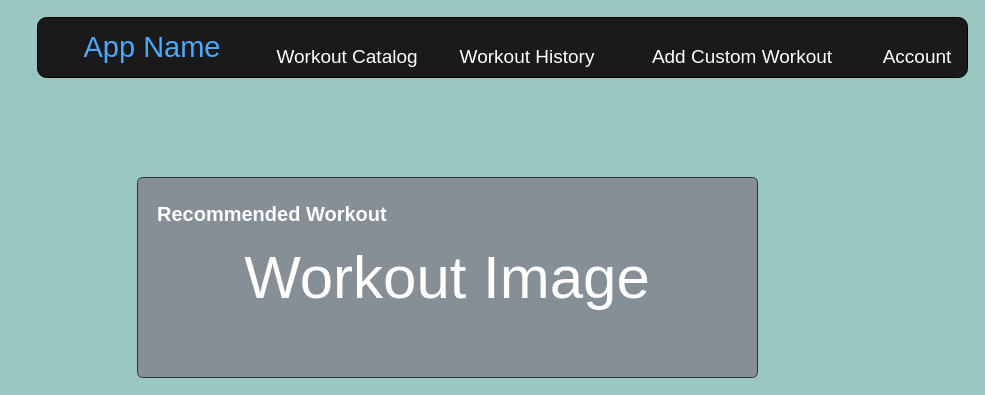
ashmiller002/codercizers keeps this draw.io diagram as page "Main" (4 of 9) of Untitled Diagram.drawio. Above is the earlier version. Source tidied: cells renumbered, new cells numbered last; positions are measured from the earlier drawing's top-left corner, leaving out a move shared by most shapes. Both pictures are drawn from the tidied source at 100%, with x=0, y=0 at pixel (17, 17).
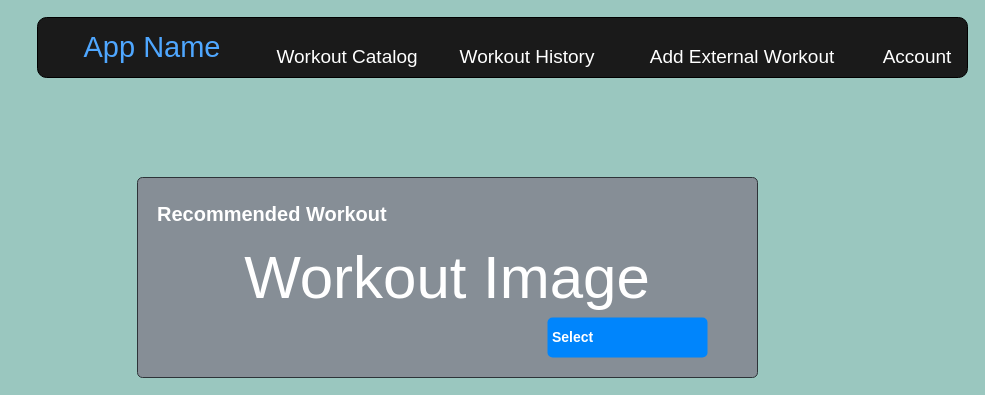
Above is the later version.

What changed in the source:
```diff
@@
 <mxGraphModel background="#9AC7BF">
   <root>
     <mxCell id="0" />
     <mxCell id="1" parent="0" />
     <mxCell id="2" style="group;" parent="1" vertex="1">
       <mxGeometry x="20" width="930" height="60" as="geometry" />
     </mxCell>
     <mxCell id="3" style="rounded=1;whiteSpace=wrap;html=1;fillColor=#1A1A1A;" parent="2" vertex="1">
       <mxGeometry width="930" height="60" as="geometry" />
     </mxCell>
     <mxCell id="4" value="App Name" style="text;html=1;strokeColor=none;fillColor=none;align=center;verticalAlign=middle;whiteSpace=wrap;rounded=0;fontSize=29;fontColor=#4FA7FF;" parent="2" vertex="1">
       <mxGeometry x="-20" y="20" width="270" height="20" as="geometry" />
     </mxCell>
     <mxCell id="5" value="&lt;font&gt;Account&lt;/font&gt;" style="text;html=1;strokeColor=none;fillColor=none;align=center;verticalAlign=middle;whiteSpace=wrap;rounded=0;fontSize=19;fontColor=#FFFFFF;" parent="2" vertex="1">
       <mxGeometry x="860" y="30" width="40" height="20" as="geometry" />
     </mxCell>
     <mxCell id="6" value="&lt;font&gt;Workout History&lt;/font&gt;" style="text;html=1;strokeColor=none;fillColor=none;align=center;verticalAlign=middle;whiteSpace=wrap;rounded=0;fontSize=19;fontColor=#FFFFFF;" parent="2" vertex="1">
       <mxGeometry x="410" y="30" width="160" height="20" as="geometry" />
     </mxCell>
     <mxCell id="7" value="&lt;font&gt;Workout Catalog&lt;/font&gt;" style="text;html=1;strokeColor=none;fillColor=none;align=center;verticalAlign=middle;whiteSpace=wrap;rounded=0;fontSize=19;fontColor=#FFFFFF;" parent="2" vertex="1">
       <mxGeometry x="220" y="30" width="180" height="20" as="geometry" />
     </mxCell>
     <mxCell id="8" value="Workout Image" style="html=1;shadow=0;dashed=0;shape=mxgraph.bootstrap.rrect;rSize=5;strokeColor=#2D3338;html=1;whiteSpace=wrap;fillColor=#868E96;fontColor=#ffffff;verticalAlign=middle;align=center;spacing=20;fontSize=60;" parent="1" vertex="1">
       <mxGeometry x="120" y="160" width="620" height="200" as="geometry" />
     </mxCell>
     <mxCell id="9" value="&lt;span style=&quot;font-size: 20px&quot;&gt;&lt;b&gt;Recommended Workout&lt;/b&gt;&lt;/span&gt;" style="fillColor=none;strokeColor=none;fontColor=#ffffff;html=1;verticalAlign=top;align=left;spacing=20;fontSize=14;" parent="1" vertex="1">
       <mxGeometry x="120" y="160" width="800" height="60" as="geometry" />
     </mxCell>
-    <mxCell id="10" value="&lt;font&gt;Add Custom Workout&lt;br&gt;&lt;/font&gt;" style="text;html=1;strokeColor=none;fillColor=none;align=center;verticalAlign=middle;whiteSpace=wrap;rounded=0;fontSize=19;fontColor=#FFFFFF;" parent="1" vertex="1">
+    <mxCell id="10" value="&lt;font&gt;Add External Workout&lt;br&gt;&lt;/font&gt;" style="text;html=1;strokeColor=none;fillColor=none;align=center;verticalAlign=middle;whiteSpace=wrap;rounded=0;fontSize=19;fontColor=#FFFFFF;" parent="1" vertex="1">
       <mxGeometry x="600" y="30" width="250" height="20" as="geometry" />
     </mxCell>
+    <mxCell id="11" value="Select" style="html=1;shadow=0;dashed=0;shape=mxgraph.bootstrap.rrect;rSize=5;strokeColor=none;strokeWidth=1;fillColor=#0085FC;fontColor=#FFFFFF;whiteSpace=wrap;align=left;verticalAlign=middle;spacingLeft=0;fontStyle=1;fontSize=14;spacing=5;" parent="1" vertex="1">
+      <mxGeometry x="530" y="300" width="160" height="40" as="geometry" />
+    </mxCell>
   </root>
 </mxGraphModel>
```
